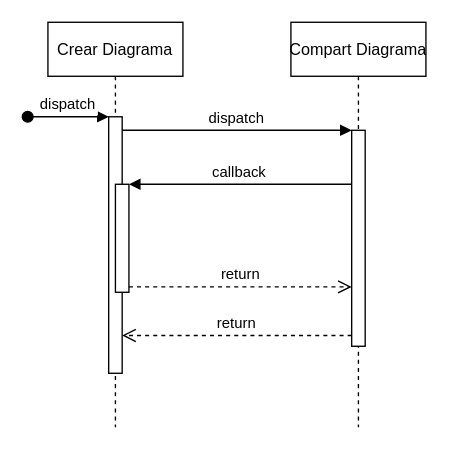
This is Untitled Diagram.drawio from WDavidT23/ProyectosPoli, a draw.io file, before an edit. Source tidied: cells renumbered, new cells numbered last; positions are measured from the earlier drawing's top-left corner, leaving out a move shared by most shapes. Both pictures are drawn from the tidied source at 135%, with x=0, y=0 at pixel (27, 22).
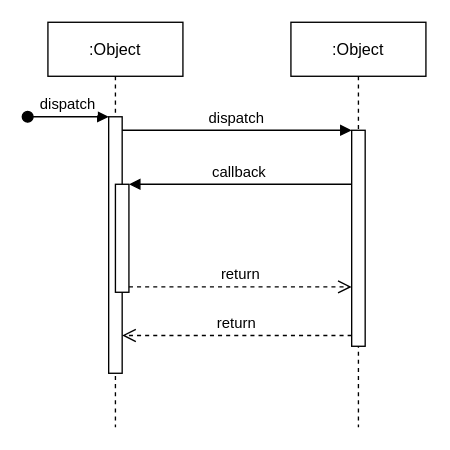
Above is the later version.

The edit, as a diff of the source:
```diff
@@
 <mxGraphModel>
   <root>
     <mxCell id="0" />
     <mxCell id="1" parent="0" />
-    <mxCell id="2" value="Crear Diagrama" style="shape=umlLifeline;perimeter=lifelinePerimeter;rounded=0;shadow=0;strokeWidth=1;" parent="1" vertex="1">
+    <mxCell id="2" value=":Object" style="shape=umlLifeline;perimeter=lifelinePerimeter;rounded=0;shadow=0;strokeWidth=1;" parent="1" vertex="1">
       <mxGeometry x="15" width="100" height="300" as="geometry" />
     </mxCell>
     <mxCell id="3" style="points=[];perimeter=orthogonalPerimeter;rounded=0;shadow=0;strokeWidth=1;" parent="2" vertex="1">
       <mxGeometry x="45" y="70" width="10" height="190" as="geometry" />
     </mxCell>
     <mxCell id="4" value="dispatch" style="verticalAlign=bottom;startArrow=oval;endArrow=block;startSize=8;shadow=0;strokeWidth=1;" parent="2" edge="1" target="3">
       <mxGeometry relative="1" as="geometry">
         <mxPoint x="-15" y="70" as="sourcePoint" />
       </mxGeometry>
     </mxCell>
     <mxCell id="5" style="points=[];perimeter=orthogonalPerimeter;rounded=0;shadow=0;strokeWidth=1;" parent="2" vertex="1">
       <mxGeometry x="50" y="120" width="10" height="80" as="geometry" />
     </mxCell>
-    <mxCell id="6" value="Compart Diagrama" style="shape=umlLifeline;perimeter=lifelinePerimeter;rounded=0;shadow=0;strokeWidth=1;" parent="1" vertex="1">
+    <mxCell id="6" value=":Object" style="shape=umlLifeline;perimeter=lifelinePerimeter;rounded=0;shadow=0;strokeWidth=1;" parent="1" vertex="1">
       <mxGeometry x="195" width="100" height="300" as="geometry" />
     </mxCell>
     <mxCell id="7" style="points=[];perimeter=orthogonalPerimeter;rounded=0;shadow=0;strokeWidth=1;" parent="6" vertex="1">
       <mxGeometry x="45" y="80" width="10" height="160" as="geometry" />
     </mxCell>
     <mxCell id="8" value="return" style="verticalAlign=bottom;endArrow=open;dashed=1;endSize=8;exitX=0;exitY=0.95;shadow=0;strokeWidth=1;" parent="1" edge="1" source="7" target="3">
       <mxGeometry relative="1" as="geometry" />
     </mxCell>
     <mxCell id="9" value="dispatch" style="verticalAlign=bottom;endArrow=block;entryX=0;entryY=0;shadow=0;strokeWidth=1;" parent="1" edge="1" source="3" target="7">
       <mxGeometry relative="1" as="geometry" />
     </mxCell>
     <mxCell id="10" value="callback" style="verticalAlign=bottom;endArrow=block;entryX=1;entryY=0;shadow=0;strokeWidth=1;" parent="1" edge="1" source="7" target="5">
       <mxGeometry relative="1" as="geometry" />
     </mxCell>
     <mxCell id="11" value="return" style="verticalAlign=bottom;endArrow=open;dashed=1;endSize=8;exitX=1;exitY=0.95;shadow=0;strokeWidth=1;" parent="1" edge="1" source="5" target="7">
       <mxGeometry relative="1" as="geometry" />
     </mxCell>
   </root>
 </mxGraphModel>
```
